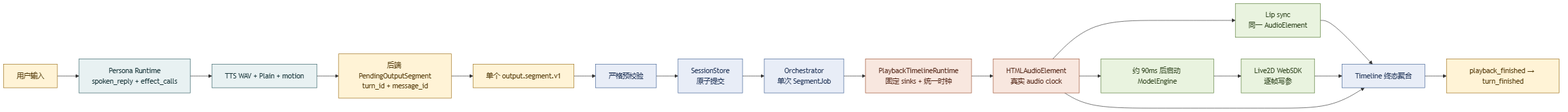
The Mermaid diagram docs/01-架构与结构/05-端到端消息播放时序图-浓缩版.png in murphys7017/AG99live, before a commit. Its source is kept beside it as docs/01-架构与结构/05-端到端消息播放时序图-浓缩版.mmd.
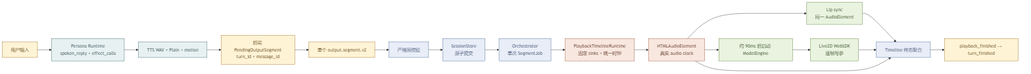
Above is the later version.

Diff of the diagram source:
```diff
@@ -8,7 +8,7 @@
     A[用户输入]:::b --> B[Persona Runtime<br/>spoken_reply + effect_calls]:::a
     B --> C[TTS WAV + Plain + motion]:::a
     C --> D[后端 PendingOutputSegment<br/>turn_id + message_id]:::b
-    D --> E[单个 output.segment.v1]:::b
+    D --> E[单个 output.segment.v2]:::b
     E --> F[严格预校验]:::c
     F --> G[SessionStore<br/>原子提交]:::c
     G --> H[Orchestrator<br/>单次 SegmentJob]:::c
```
